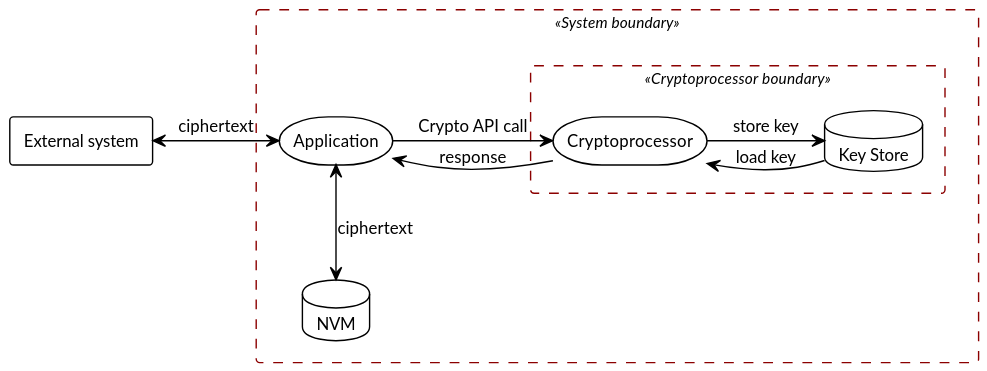
Earlier version of the PlantUML export doc/crypto/figure/sra/dfd_crypto_isolation.svg (ARM-software/psa-api). Its source is kept beside it as doc/crypto/figure/sra/dfd_crypto_isolation.puml.
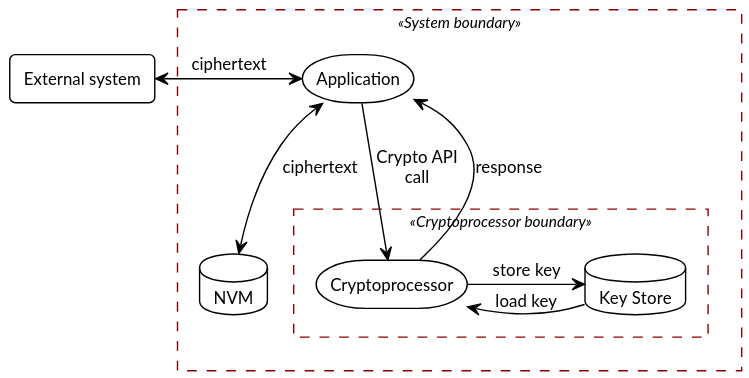
The same file after the commit.

Change to the diagram source:
```diff
@@ -13,10 +13,12 @@
 }
 
 ext <-> app: "ciphertext"
-app -> crypto: "Crypto API call"
-app <- crypto: "response"
+app <--> nvm: "ciphertext"
+nvm -[hidden]r- crypto
+
+app --> crypto: "Crypto API\ncall"
+app <-- crypto: "response"
 crypto -> keys: "store key"
 crypto <- keys: "load key"
-app <--> nvm: "ciphertext"
 
 @enduml
```
